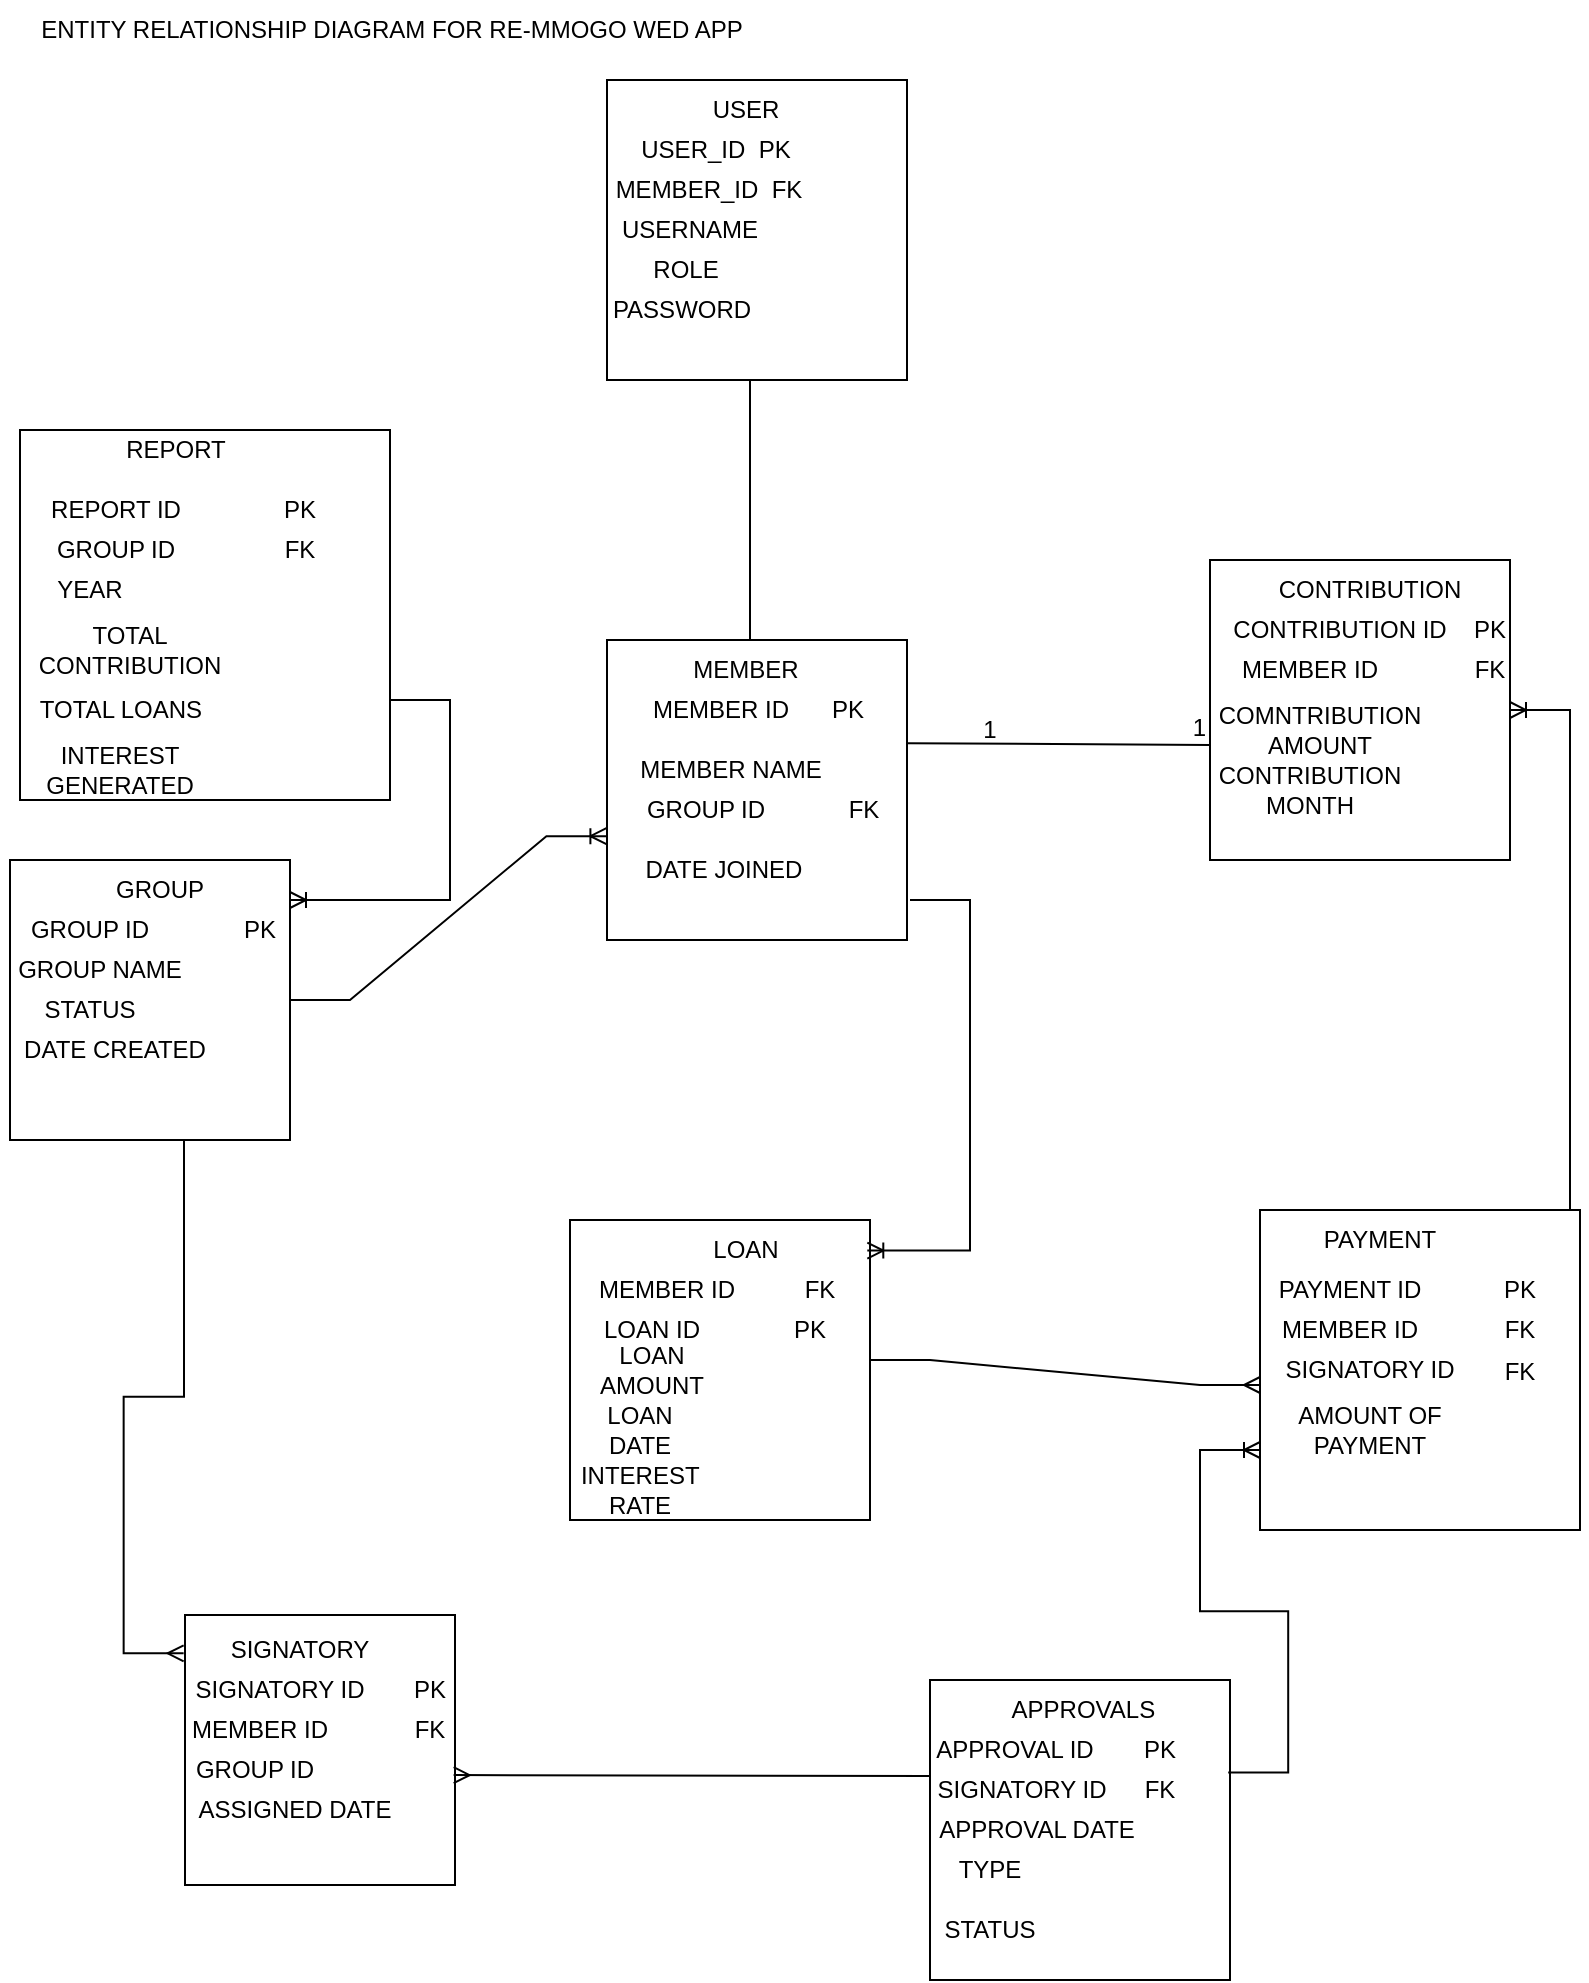
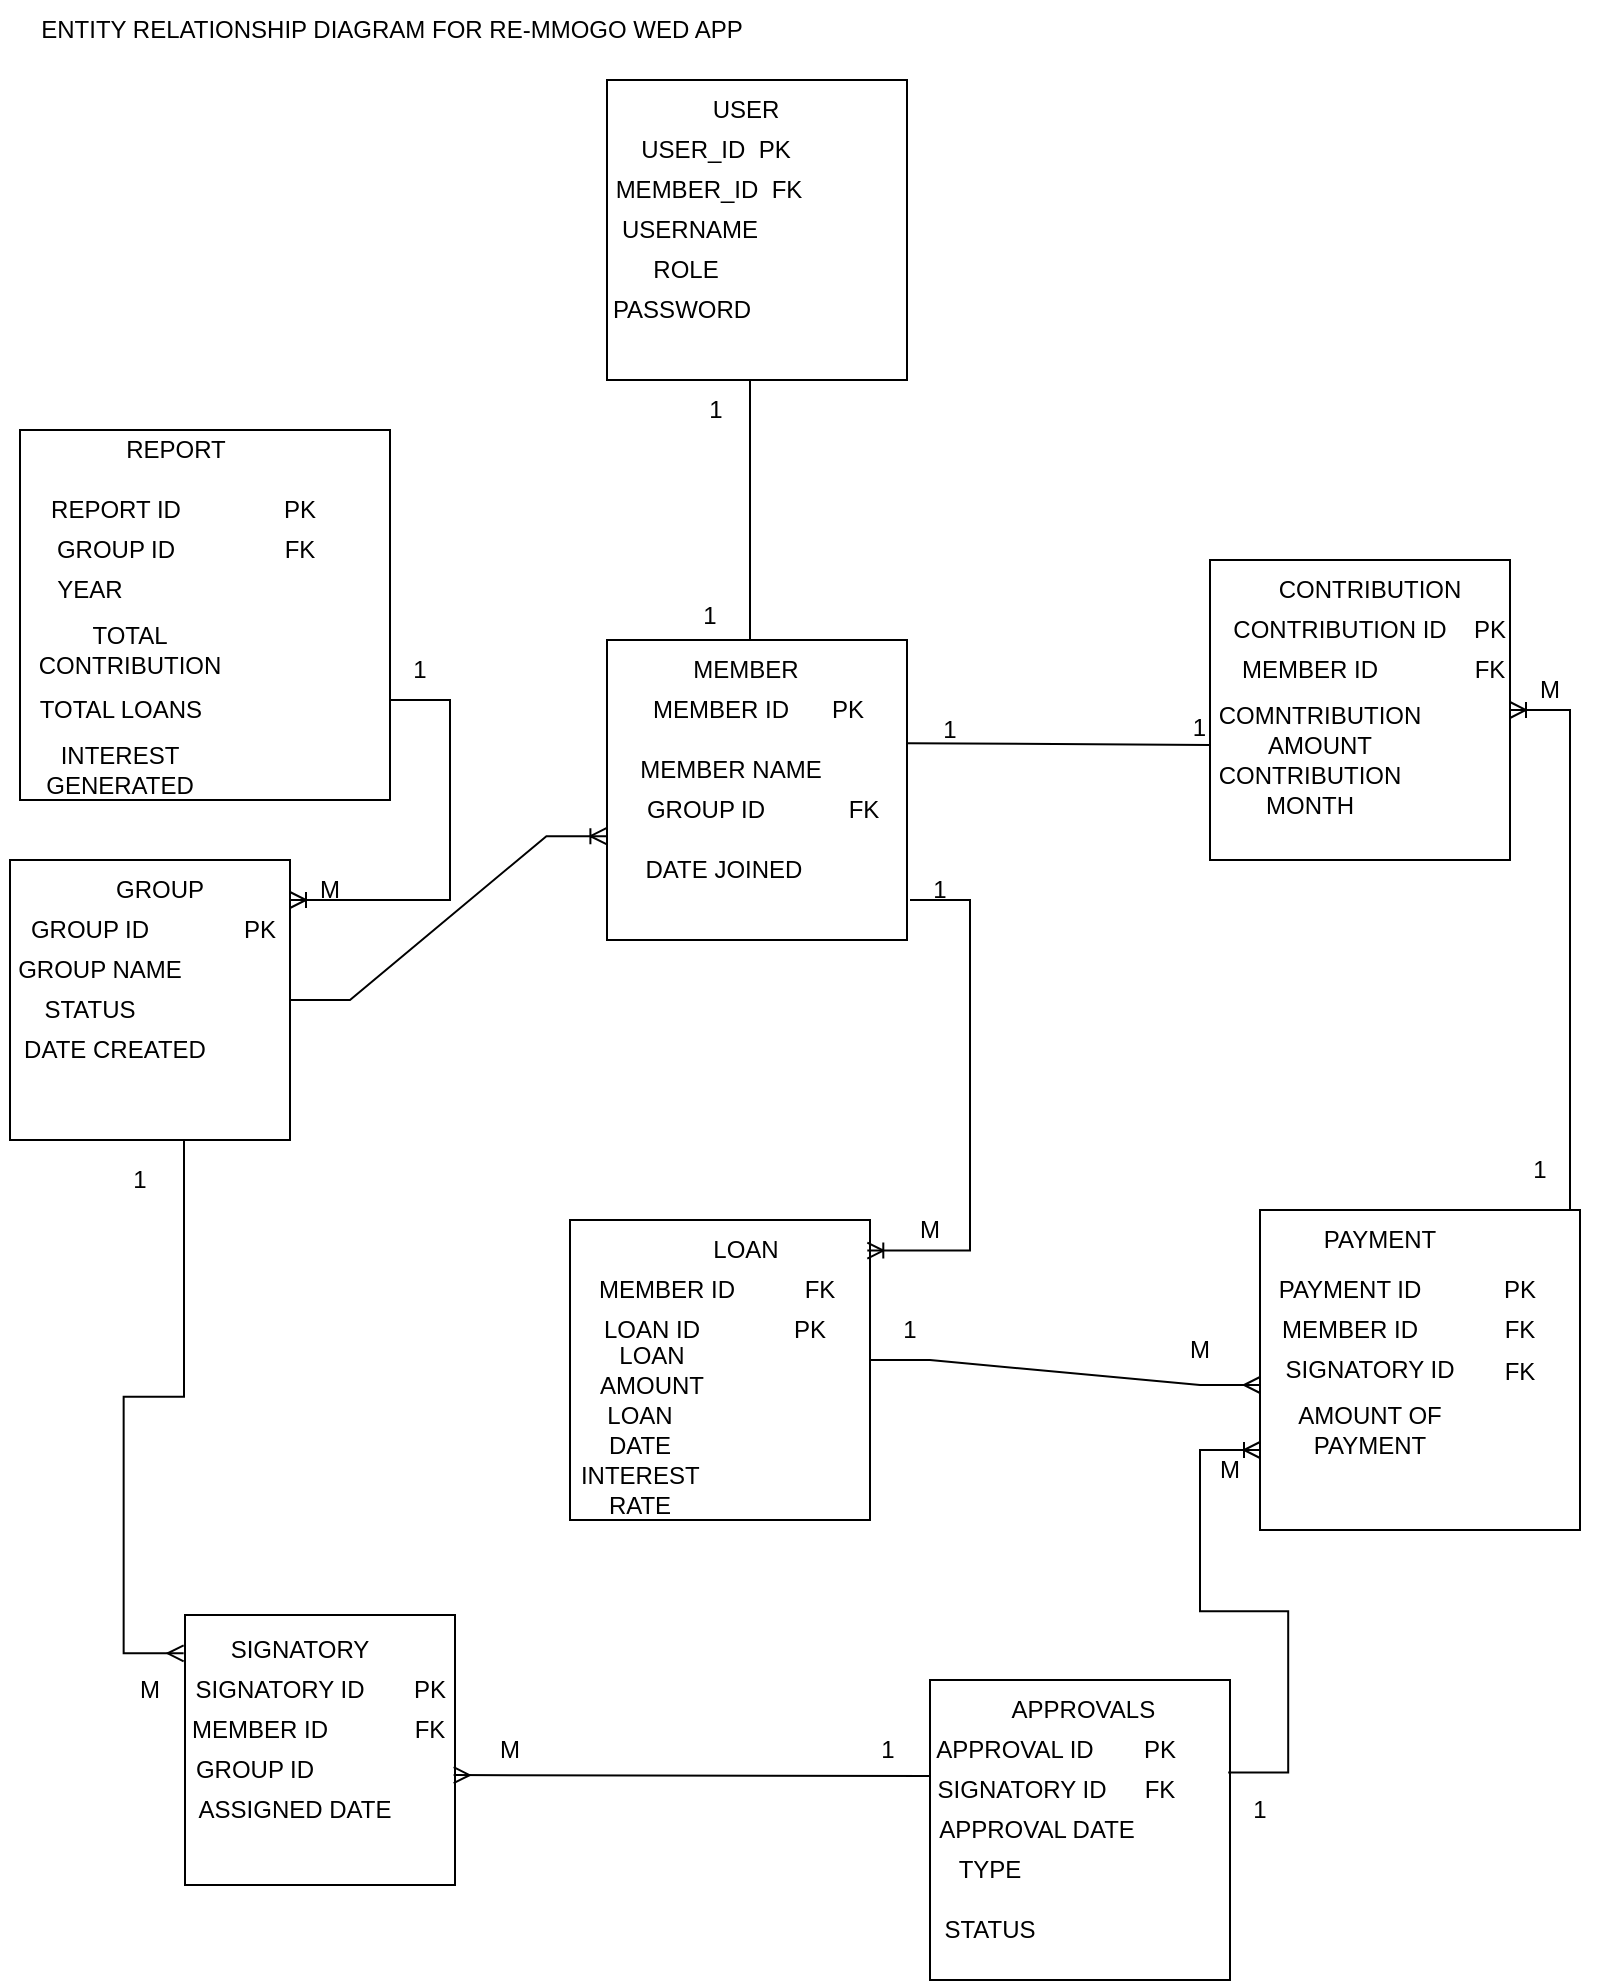
- <mxfile host="Electron" agent="Mozilla/5.0 (Windows NT 10.0; Win64; x64) AppleWebKit/537.36 (KHTML, like Gecko) draw.io/29.6.6 Chrome/144.0.7559.236 Electron/40.8.4 Safari/537.36" version="29.6.6">
+ <mxfile host="app.diagrams.net" agent="Mozilla/5.0 (Windows NT 10.0; Win64; x64) AppleWebKit/537.36 (KHTML, like Gecko) draw.io/29.6.6 Chrome/144.0.7559.236 Electron/40.8.4 Safari/537.36">
  <diagram name="Page-1" id="QISI4H1-yu757wNlU6qa">
-     <mxGraphModel dx="1258" dy="998" grid="1" gridSize="10" guides="1" tooltips="1" connect="1" arrows="1" fold="1" page="1" pageScale="1" pageWidth="850" pageHeight="1100" math="0" shadow="0">
+     <mxGraphModel dx="1030" dy="614" grid="1" gridSize="10" guides="1" tooltips="1" connect="1" arrows="1" fold="1" page="1" pageScale="1" pageWidth="850" pageHeight="1100" math="0" shadow="0">
      <root>
        <mxCell id="0" />
        <mxCell id="1" parent="0" />
        <mxCell id="VAGJtyd0GiOgOA7cMFZf-27" parent="1" style="whiteSpace=wrap;html=1;aspect=fixed;" value="" vertex="1">
          <mxGeometry height="150" width="150" x="318.5" y="350" as="geometry" />
        </mxCell>
        <mxCell id="VAGJtyd0GiOgOA7cMFZf-28" parent="1" style="text;html=1;whiteSpace=wrap;strokeColor=none;fillColor=none;align=center;verticalAlign=middle;rounded=0;" value="MEMBER" vertex="1">
          <mxGeometry height="30" width="60" x="357.5" y="350" as="geometry" />
        </mxCell>
        <mxCell id="VAGJtyd0GiOgOA7cMFZf-29" parent="1" style="text;html=1;whiteSpace=wrap;strokeColor=none;fillColor=none;align=center;verticalAlign=middle;rounded=0;" value="MEMBER ID" vertex="1">
          <mxGeometry height="30" width="75" x="337.5" y="370" as="geometry" />
        </mxCell>
        <mxCell id="VAGJtyd0GiOgOA7cMFZf-30" parent="1" style="text;html=1;whiteSpace=wrap;strokeColor=none;fillColor=none;align=center;verticalAlign=middle;rounded=0;" value="MEMBER NAME" vertex="1">
          <mxGeometry height="30" width="97" x="331.5" y="400" as="geometry" />
        </mxCell>
        <mxCell id="VAGJtyd0GiOgOA7cMFZf-33" parent="1" style="text;html=1;whiteSpace=wrap;strokeColor=none;fillColor=none;align=center;verticalAlign=middle;rounded=0;" value="GROUP ID" vertex="1">
          <mxGeometry height="30" width="76" x="330" y="420" as="geometry" />
        </mxCell>
        <mxCell id="VAGJtyd0GiOgOA7cMFZf-38" parent="1" style="text;html=1;whiteSpace=wrap;strokeColor=none;fillColor=none;align=center;verticalAlign=middle;rounded=0;" value="DATE JOINED" vertex="1">
          <mxGeometry height="30" width="90" x="331.5" y="450" as="geometry" />
        </mxCell>
        <mxCell id="VAGJtyd0GiOgOA7cMFZf-39" parent="1" style="text;html=1;whiteSpace=wrap;strokeColor=none;fillColor=none;align=center;verticalAlign=middle;rounded=0;" value="PK" vertex="1">
          <mxGeometry height="30" width="60" x="408.5" y="370" as="geometry" />
        </mxCell>
        <mxCell id="VAGJtyd0GiOgOA7cMFZf-40" parent="1" style="text;html=1;whiteSpace=wrap;strokeColor=none;fillColor=none;align=center;verticalAlign=middle;rounded=0;" value="FK" vertex="1">
          <mxGeometry height="30" width="60" x="416.5" y="420" as="geometry" />
        </mxCell>
        <mxCell id="VAGJtyd0GiOgOA7cMFZf-43" parent="1" style="whiteSpace=wrap;html=1;aspect=fixed;" value="" vertex="1">
          <mxGeometry height="140" width="140" x="20" y="460" as="geometry" />
        </mxCell>
        <mxCell id="VAGJtyd0GiOgOA7cMFZf-44" parent="1" style="text;html=1;whiteSpace=wrap;strokeColor=none;fillColor=none;align=center;verticalAlign=middle;rounded=0;" value="GROUP" vertex="1">
          <mxGeometry height="30" width="60" x="65" y="460" as="geometry" />
        </mxCell>
        <mxCell id="VAGJtyd0GiOgOA7cMFZf-45" parent="1" style="text;html=1;whiteSpace=wrap;strokeColor=none;fillColor=none;align=center;verticalAlign=middle;rounded=0;" value="GROUP ID" vertex="1">
          <mxGeometry height="30" width="80" x="20" y="480" as="geometry" />
        </mxCell>
        <mxCell id="VAGJtyd0GiOgOA7cMFZf-46" parent="1" style="text;html=1;whiteSpace=wrap;strokeColor=none;fillColor=none;align=center;verticalAlign=middle;rounded=0;" value="GROUP NAME" vertex="1">
          <mxGeometry height="30" width="90" x="20" y="500" as="geometry" />
        </mxCell>
        <mxCell id="VAGJtyd0GiOgOA7cMFZf-47" parent="1" style="text;html=1;whiteSpace=wrap;strokeColor=none;fillColor=none;align=center;verticalAlign=middle;rounded=0;" value="STATUS" vertex="1">
          <mxGeometry height="30" width="90" x="15" y="520" as="geometry" />
        </mxCell>
        <mxCell id="VAGJtyd0GiOgOA7cMFZf-48" parent="1" style="text;html=1;whiteSpace=wrap;strokeColor=none;fillColor=none;align=center;verticalAlign=middle;rounded=0;" value="DATE CREATED" vertex="1">
          <mxGeometry height="30" width="95" x="25" y="540" as="geometry" />
        </mxCell>
        <mxCell id="VAGJtyd0GiOgOA7cMFZf-49" parent="1" style="text;html=1;whiteSpace=wrap;strokeColor=none;fillColor=none;align=center;verticalAlign=middle;rounded=0;" value="PK" vertex="1">
          <mxGeometry height="30" width="60" x="115" y="480" as="geometry" />
        </mxCell>
        <mxCell id="VAGJtyd0GiOgOA7cMFZf-50" parent="1" style="whiteSpace=wrap;html=1;aspect=fixed;" value="" vertex="1">
          <mxGeometry height="185" width="185" x="25" y="245" as="geometry" />
        </mxCell>
        <mxCell id="VAGJtyd0GiOgOA7cMFZf-51" parent="1" style="text;html=1;whiteSpace=wrap;strokeColor=none;fillColor=none;align=center;verticalAlign=middle;rounded=0;" value="REPORT" vertex="1">
          <mxGeometry height="30" width="60" x="72.5" y="240" as="geometry" />
        </mxCell>
        <mxCell id="VAGJtyd0GiOgOA7cMFZf-52" parent="1" style="text;html=1;whiteSpace=wrap;strokeColor=none;fillColor=none;align=center;verticalAlign=middle;rounded=0;" value="REPORT ID" vertex="1">
          <mxGeometry height="30" width="70" x="37.5" y="270" as="geometry" />
        </mxCell>
        <mxCell id="VAGJtyd0GiOgOA7cMFZf-53" parent="1" style="text;html=1;whiteSpace=wrap;strokeColor=none;fillColor=none;align=center;verticalAlign=middle;rounded=0;" value="PK" vertex="1">
          <mxGeometry height="30" width="60" x="135" y="270" as="geometry" />
        </mxCell>
        <mxCell id="VAGJtyd0GiOgOA7cMFZf-54" parent="1" style="text;html=1;whiteSpace=wrap;strokeColor=none;fillColor=none;align=center;verticalAlign=middle;rounded=0;" value="GROUP ID" vertex="1">
          <mxGeometry height="30" width="70" x="37.5" y="290" as="geometry" />
        </mxCell>
        <mxCell id="VAGJtyd0GiOgOA7cMFZf-55" parent="1" style="text;html=1;whiteSpace=wrap;strokeColor=none;fillColor=none;align=center;verticalAlign=middle;rounded=0;" value="FK" vertex="1">
          <mxGeometry height="30" width="60" x="135" y="290" as="geometry" />
        </mxCell>
        <mxCell id="VAGJtyd0GiOgOA7cMFZf-56" parent="1" style="text;html=1;whiteSpace=wrap;strokeColor=none;fillColor=none;align=center;verticalAlign=middle;rounded=0;" value="YEAR" vertex="1">
          <mxGeometry height="30" width="60" x="30" y="310" as="geometry" />
        </mxCell>
        <mxCell id="VAGJtyd0GiOgOA7cMFZf-57" parent="1" style="text;html=1;whiteSpace=wrap;strokeColor=none;fillColor=none;align=center;verticalAlign=middle;rounded=0;" value="TOTAL CONTRIBUTION" vertex="1">
          <mxGeometry height="30" width="60" x="50" y="340" as="geometry" />
        </mxCell>
        <mxCell id="VAGJtyd0GiOgOA7cMFZf-58" parent="1" style="text;html=1;whiteSpace=wrap;strokeColor=none;fillColor=none;align=center;verticalAlign=middle;rounded=0;" value="TOTAL LOANS" vertex="1">
          <mxGeometry height="30" width="85" x="32.5" y="370" as="geometry" />
        </mxCell>
        <mxCell id="VAGJtyd0GiOgOA7cMFZf-59" parent="1" style="text;html=1;whiteSpace=wrap;strokeColor=none;fillColor=none;align=center;verticalAlign=middle;rounded=0;" value="INTEREST GENERATED" vertex="1">
          <mxGeometry height="30" width="60" x="45" y="400" as="geometry" />
        </mxCell>
        <mxCell id="VAGJtyd0GiOgOA7cMFZf-62" parent="1" style="whiteSpace=wrap;html=1;aspect=fixed;" value="" vertex="1">
          <mxGeometry height="150" width="150" x="620" y="310" as="geometry" />
        </mxCell>
        <mxCell id="VAGJtyd0GiOgOA7cMFZf-63" parent="1" style="text;html=1;whiteSpace=wrap;strokeColor=none;fillColor=none;align=center;verticalAlign=middle;rounded=0;" value="CONTRIBUTION" vertex="1">
          <mxGeometry height="30" width="60" x="670" y="310" as="geometry" />
        </mxCell>
        <mxCell id="VAGJtyd0GiOgOA7cMFZf-64" parent="1" style="text;html=1;whiteSpace=wrap;strokeColor=none;fillColor=none;align=center;verticalAlign=middle;rounded=0;" value="CONTRIBUTION ID" vertex="1">
          <mxGeometry height="30" width="110" x="630" y="330" as="geometry" />
        </mxCell>
        <mxCell id="VAGJtyd0GiOgOA7cMFZf-65" parent="1" style="text;html=1;whiteSpace=wrap;strokeColor=none;fillColor=none;align=center;verticalAlign=middle;rounded=0;" value="MEMBER ID" vertex="1">
          <mxGeometry height="30" width="80" x="630" y="350" as="geometry" />
        </mxCell>
        <mxCell id="VAGJtyd0GiOgOA7cMFZf-66" parent="1" style="text;html=1;whiteSpace=wrap;strokeColor=none;fillColor=none;align=center;verticalAlign=middle;rounded=0;" value="COMNTRIBUTION AMOUNT" vertex="1">
          <mxGeometry height="30" width="110" x="620" y="380" as="geometry" />
        </mxCell>
        <mxCell id="VAGJtyd0GiOgOA7cMFZf-67" parent="1" style="text;html=1;whiteSpace=wrap;strokeColor=none;fillColor=none;align=center;verticalAlign=middle;rounded=0;" value="CONTRIBUTION MONTH" vertex="1">
          <mxGeometry height="30" width="70" x="635" y="410" as="geometry" />
        </mxCell>
        <mxCell id="VAGJtyd0GiOgOA7cMFZf-69" parent="1" style="text;html=1;whiteSpace=wrap;strokeColor=none;fillColor=none;align=center;verticalAlign=middle;rounded=0;" value="PK" vertex="1">
          <mxGeometry height="30" width="60" x="730" y="330" as="geometry" />
        </mxCell>
        <mxCell id="VAGJtyd0GiOgOA7cMFZf-70" parent="1" style="whiteSpace=wrap;html=1;aspect=fixed;" value="" vertex="1">
          <mxGeometry height="150" width="150" x="300" y="640" as="geometry" />
        </mxCell>
        <mxCell id="VAGJtyd0GiOgOA7cMFZf-71" parent="1" style="text;html=1;whiteSpace=wrap;strokeColor=none;fillColor=none;align=center;verticalAlign=middle;rounded=0;" value="LOAN" vertex="1">
          <mxGeometry height="30" width="60" x="357.5" y="640" as="geometry" />
        </mxCell>
        <mxCell id="VAGJtyd0GiOgOA7cMFZf-72" parent="1" style="text;html=1;whiteSpace=wrap;strokeColor=none;fillColor=none;align=center;verticalAlign=middle;rounded=0;" value="MEMBER ID" vertex="1">
          <mxGeometry height="30" width="75" x="311" y="660" as="geometry" />
        </mxCell>
        <mxCell id="VAGJtyd0GiOgOA7cMFZf-73" parent="1" style="text;html=1;whiteSpace=wrap;strokeColor=none;fillColor=none;align=center;verticalAlign=middle;rounded=0;" value="LOAN ID" vertex="1">
          <mxGeometry height="30" width="60" x="311" y="680" as="geometry" />
        </mxCell>
        <mxCell id="VAGJtyd0GiOgOA7cMFZf-75" parent="1" style="text;html=1;whiteSpace=wrap;strokeColor=none;fillColor=none;align=center;verticalAlign=middle;rounded=0;" value="LOAN AMOUNT" vertex="1">
          <mxGeometry height="30" width="60" x="311" y="700" as="geometry" />
        </mxCell>
        <mxCell id="VAGJtyd0GiOgOA7cMFZf-76" parent="1" style="text;html=1;whiteSpace=wrap;strokeColor=none;fillColor=none;align=center;verticalAlign=middle;rounded=0;" value="LOAN DATE" vertex="1">
          <mxGeometry height="30" width="60" x="305" y="730" as="geometry" />
        </mxCell>
        <mxCell id="VAGJtyd0GiOgOA7cMFZf-77" parent="1" style="text;html=1;whiteSpace=wrap;strokeColor=none;fillColor=none;align=center;verticalAlign=middle;rounded=0;" value="FK" vertex="1">
          <mxGeometry height="30" width="60" x="730" y="350" as="geometry" />
        </mxCell>
        <mxCell id="VAGJtyd0GiOgOA7cMFZf-78" parent="1" style="text;html=1;whiteSpace=wrap;strokeColor=none;fillColor=none;align=center;verticalAlign=middle;rounded=0;" value="FK" vertex="1">
          <mxGeometry height="30" width="60" x="395" y="660" as="geometry" />
        </mxCell>
        <mxCell id="VAGJtyd0GiOgOA7cMFZf-79" parent="1" style="text;html=1;whiteSpace=wrap;strokeColor=none;fillColor=none;align=center;verticalAlign=middle;rounded=0;" value="PK" vertex="1">
          <mxGeometry height="30" width="60" x="390" y="680" as="geometry" />
        </mxCell>
        <mxCell id="VAGJtyd0GiOgOA7cMFZf-81" parent="1" style="whiteSpace=wrap;html=1;aspect=fixed;" value="" vertex="1">
          <mxGeometry height="135" width="135" x="107.5" y="837.5" as="geometry" />
        </mxCell>
        <mxCell id="VAGJtyd0GiOgOA7cMFZf-82" parent="1" style="text;html=1;whiteSpace=wrap;strokeColor=none;fillColor=none;align=center;verticalAlign=middle;rounded=0;" value="SIGNATORY" vertex="1">
          <mxGeometry height="30" width="60" x="135" y="840" as="geometry" />
        </mxCell>
        <mxCell id="VAGJtyd0GiOgOA7cMFZf-85" parent="1" style="text;html=1;whiteSpace=wrap;strokeColor=none;fillColor=none;align=center;verticalAlign=middle;rounded=0;" value="SIGNATORY ID" vertex="1">
          <mxGeometry height="30" width="90" x="110" y="860" as="geometry" />
        </mxCell>
        <mxCell id="VAGJtyd0GiOgOA7cMFZf-86" parent="1" style="text;html=1;whiteSpace=wrap;strokeColor=none;fillColor=none;align=center;verticalAlign=middle;rounded=0;" value="GROUP ID" vertex="1">
          <mxGeometry height="30" width="75" x="105" y="900" as="geometry" />
        </mxCell>
        <mxCell id="VAGJtyd0GiOgOA7cMFZf-87" parent="1" style="text;html=1;whiteSpace=wrap;strokeColor=none;fillColor=none;align=center;verticalAlign=middle;rounded=0;" value="ASSIGNED DATE" vertex="1">
          <mxGeometry height="30" width="105" x="110" y="920" as="geometry" />
        </mxCell>
        <mxCell id="VAGJtyd0GiOgOA7cMFZf-88" parent="1" style="text;html=1;whiteSpace=wrap;strokeColor=none;fillColor=none;align=center;verticalAlign=middle;rounded=0;" value="MEMBER ID" vertex="1">
          <mxGeometry height="30" width="80" x="105" y="880" as="geometry" />
        </mxCell>
        <mxCell id="VAGJtyd0GiOgOA7cMFZf-89" parent="1" style="text;html=1;whiteSpace=wrap;strokeColor=none;fillColor=none;align=center;verticalAlign=middle;rounded=0;" value="PK" vertex="1">
          <mxGeometry height="30" width="60" x="200" y="860" as="geometry" />
        </mxCell>
        <mxCell id="VAGJtyd0GiOgOA7cMFZf-90" parent="1" style="text;html=1;whiteSpace=wrap;strokeColor=none;fillColor=none;align=center;verticalAlign=middle;rounded=0;" value="FK" vertex="1">
          <mxGeometry height="30" width="60" x="200" y="880" as="geometry" />
        </mxCell>
        <mxCell id="VAGJtyd0GiOgOA7cMFZf-91" parent="1" style="whiteSpace=wrap;html=1;aspect=fixed;" value="" vertex="1">
          <mxGeometry height="150" width="150" x="480" y="870" as="geometry" />
        </mxCell>
        <mxCell id="VAGJtyd0GiOgOA7cMFZf-92" parent="1" style="text;html=1;whiteSpace=wrap;strokeColor=none;fillColor=none;align=center;verticalAlign=middle;rounded=0;" value="&amp;nbsp;APPROVALS" vertex="1">
          <mxGeometry height="30" width="60" x="525" y="870" as="geometry" />
        </mxCell>
        <mxCell id="VAGJtyd0GiOgOA7cMFZf-93" parent="1" style="text;html=1;whiteSpace=wrap;strokeColor=none;fillColor=none;align=center;verticalAlign=middle;rounded=0;" value="APPROVAL ID" vertex="1">
          <mxGeometry height="30" width="85" x="480" y="890" as="geometry" />
        </mxCell>
        <mxCell id="VAGJtyd0GiOgOA7cMFZf-94" parent="1" style="text;html=1;whiteSpace=wrap;strokeColor=none;fillColor=none;align=center;verticalAlign=middle;rounded=0;" value="SIGNATORY ID" vertex="1">
          <mxGeometry height="30" width="92" x="480" y="910" as="geometry" />
        </mxCell>
        <mxCell id="VAGJtyd0GiOgOA7cMFZf-96" parent="1" style="text;html=1;whiteSpace=wrap;strokeColor=none;fillColor=none;align=center;verticalAlign=middle;rounded=0;" value="TYPE" vertex="1">
          <mxGeometry height="30" width="60" x="480" y="950" as="geometry" />
        </mxCell>
        <mxCell id="VAGJtyd0GiOgOA7cMFZf-98" parent="1" style="text;html=1;whiteSpace=wrap;strokeColor=none;fillColor=none;align=center;verticalAlign=middle;rounded=0;" value="STATUS" vertex="1">
          <mxGeometry height="30" width="60" x="480" y="980" as="geometry" />
        </mxCell>
        <mxCell id="VAGJtyd0GiOgOA7cMFZf-99" parent="1" style="text;html=1;whiteSpace=wrap;strokeColor=none;fillColor=none;align=center;verticalAlign=middle;rounded=0;" value="PK" vertex="1">
          <mxGeometry height="30" width="60" x="565" y="890" as="geometry" />
        </mxCell>
        <mxCell id="VAGJtyd0GiOgOA7cMFZf-100" parent="1" style="text;html=1;whiteSpace=wrap;strokeColor=none;fillColor=none;align=center;verticalAlign=middle;rounded=0;" value="FK" vertex="1">
          <mxGeometry height="30" width="60" x="565" y="910" as="geometry" />
        </mxCell>
        <mxCell id="VAGJtyd0GiOgOA7cMFZf-101" parent="1" style="whiteSpace=wrap;html=1;aspect=fixed;" value="" vertex="1">
          <mxGeometry height="160" width="160" x="645" y="635" as="geometry" />
        </mxCell>
        <mxCell id="VAGJtyd0GiOgOA7cMFZf-102" parent="1" style="text;html=1;whiteSpace=wrap;strokeColor=none;fillColor=none;align=center;verticalAlign=middle;rounded=0;" value="PAYMENT" vertex="1">
          <mxGeometry height="30" width="60" x="675" y="635" as="geometry" />
        </mxCell>
        <mxCell id="VAGJtyd0GiOgOA7cMFZf-103" parent="1" style="text;html=1;whiteSpace=wrap;strokeColor=none;fillColor=none;align=center;verticalAlign=middle;rounded=0;" value="PAYMENT ID" vertex="1">
          <mxGeometry height="30" width="90" x="645" y="660" as="geometry" />
        </mxCell>
        <mxCell id="VAGJtyd0GiOgOA7cMFZf-104" parent="1" style="text;html=1;whiteSpace=wrap;strokeColor=none;fillColor=none;align=center;verticalAlign=middle;rounded=0;" value="MEMBER ID" vertex="1">
          <mxGeometry height="30" width="90" x="645" y="680" as="geometry" />
        </mxCell>
        <mxCell id="VAGJtyd0GiOgOA7cMFZf-105" parent="1" style="text;html=1;whiteSpace=wrap;strokeColor=none;fillColor=none;align=center;verticalAlign=middle;rounded=0;" value="AMOUNT OF PAYMENT" vertex="1">
          <mxGeometry height="30" width="90" x="655" y="730" as="geometry" />
        </mxCell>
        <mxCell id="VAGJtyd0GiOgOA7cMFZf-107" parent="1" style="text;html=1;whiteSpace=wrap;strokeColor=none;fillColor=none;align=center;verticalAlign=middle;rounded=0;" value="PK" vertex="1">
          <mxGeometry height="30" width="60" x="745" y="660" as="geometry" />
        </mxCell>
        <mxCell id="VAGJtyd0GiOgOA7cMFZf-108" parent="1" style="text;html=1;whiteSpace=wrap;strokeColor=none;fillColor=none;align=center;verticalAlign=middle;rounded=0;" value="FK" vertex="1">
          <mxGeometry height="30" width="60" x="745" y="680" as="geometry" />
        </mxCell>
        <mxCell id="VAGJtyd0GiOgOA7cMFZf-110" parent="1" style="text;html=1;whiteSpace=wrap;strokeColor=none;fillColor=none;align=center;verticalAlign=middle;rounded=0;" value="APPROVAL DATE" vertex="1">
          <mxGeometry height="30" width="107" x="480" y="930" as="geometry" />
        </mxCell>
        <mxCell id="VAGJtyd0GiOgOA7cMFZf-112" parent="1" style="text;html=1;whiteSpace=wrap;strokeColor=none;fillColor=none;align=center;verticalAlign=middle;rounded=0;" value="ENTITY RELATIONSHIP DIAGRAM FOR RE-MMOGO WED APP" vertex="1">
          <mxGeometry height="30" width="372" x="25" y="30" as="geometry" />
        </mxCell>
        <mxCell id="VAGJtyd0GiOgOA7cMFZf-113" parent="1" style="text;html=1;whiteSpace=wrap;strokeColor=none;fillColor=none;align=center;verticalAlign=middle;rounded=0;autosize=1;resizable=0;" value="SIGNATORY ID" vertex="1">
          <mxGeometry height="30" width="110" x="645" y="700" as="geometry" />
        </mxCell>
        <mxCell id="VAGJtyd0GiOgOA7cMFZf-116" edge="1" parent="1" style="edgeStyle=entityRelationEdgeStyle;fontSize=12;html=1;endArrow=ERoneToMany;rounded=0;entryX=-0.002;entryY=0.654;entryDx=0;entryDy=0;entryPerimeter=0;" target="VAGJtyd0GiOgOA7cMFZf-27" value="">
          <mxGeometry height="100" relative="1" width="100" as="geometry">
            <mxPoint x="160" y="530" as="sourcePoint" />
            <mxPoint x="270" y="430" as="targetPoint" />
          </mxGeometry>
        </mxCell>
        <mxCell id="VAGJtyd0GiOgOA7cMFZf-118" edge="1" parent="1" source="VAGJtyd0GiOgOA7cMFZf-79" style="edgeStyle=entityRelationEdgeStyle;fontSize=12;html=1;endArrow=ERmany;rounded=0;entryX=0;entryY=0.75;entryDx=0;entryDy=0;exitX=1;exitY=1;exitDx=0;exitDy=0;" target="VAGJtyd0GiOgOA7cMFZf-113" value="">
          <mxGeometry height="100" relative="1" width="100" as="geometry">
            <mxPoint x="460" y="720" as="sourcePoint" />
            <mxPoint x="560" y="620" as="targetPoint" />
          </mxGeometry>
        </mxCell>
        <mxCell id="VAGJtyd0GiOgOA7cMFZf-121" edge="1" parent="1" source="VAGJtyd0GiOgOA7cMFZf-101" style="edgeStyle=entityRelationEdgeStyle;fontSize=12;html=1;endArrow=ERoneToMany;rounded=0;exitX=0.75;exitY=0;exitDx=0;exitDy=0;" target="VAGJtyd0GiOgOA7cMFZf-62" value="">
          <mxGeometry height="100" relative="1" width="100" as="geometry">
            <mxPoint x="699.9999999999999" y="624.6800000000001" as="sourcePoint" />
            <mxPoint x="790" y="420" as="targetPoint" />
          </mxGeometry>
        </mxCell>
        <mxCell id="VAGJtyd0GiOgOA7cMFZf-123" edge="1" parent="1" style="edgeStyle=entityRelationEdgeStyle;fontSize=12;html=1;endArrow=ERmany;rounded=0;entryX=0.995;entryY=0.593;entryDx=0;entryDy=0;entryPerimeter=0;" target="VAGJtyd0GiOgOA7cMFZf-81" value="">
          <mxGeometry height="100" relative="1" width="100" as="geometry">
            <mxPoint x="450" y="918" as="sourcePoint" />
            <mxPoint x="386.25" y="900" as="targetPoint" />
          </mxGeometry>
        </mxCell>
        <mxCell id="VAGJtyd0GiOgOA7cMFZf-124" edge="1" parent="1" style="edgeStyle=entityRelationEdgeStyle;fontSize=12;html=1;endArrow=ERmany;rounded=0;entryX=-0.005;entryY=0.142;entryDx=0;entryDy=0;entryPerimeter=0;" target="VAGJtyd0GiOgOA7cMFZf-81" value="">
          <mxGeometry height="100" relative="1" width="100" as="geometry">
            <mxPoint x="77" y="600" as="sourcePoint" />
            <mxPoint x="92.5" y="855" as="targetPoint" />
          </mxGeometry>
        </mxCell>
        <mxCell id="VAGJtyd0GiOgOA7cMFZf-125" edge="1" parent="1" source="VAGJtyd0GiOgOA7cMFZf-91" style="edgeStyle=entityRelationEdgeStyle;fontSize=12;html=1;endArrow=ERoneToMany;rounded=0;entryX=0;entryY=0.75;entryDx=0;entryDy=0;exitX=0.994;exitY=0.308;exitDx=0;exitDy=0;exitPerimeter=0;" target="VAGJtyd0GiOgOA7cMFZf-101" value="">
          <mxGeometry height="100" relative="1" width="100" as="geometry">
            <mxPoint x="700" y="972.5" as="sourcePoint" />
            <mxPoint x="800" y="872.5" as="targetPoint" />
          </mxGeometry>
        </mxCell>
        <mxCell id="VAGJtyd0GiOgOA7cMFZf-127" edge="1" parent="1" style="edgeStyle=entityRelationEdgeStyle;fontSize=12;html=1;endArrow=ERoneToMany;rounded=0;entryX=0.75;entryY=0;entryDx=0;entryDy=0;" target="VAGJtyd0GiOgOA7cMFZf-49" value="">
          <mxGeometry height="100" relative="1" width="100" as="geometry">
            <mxPoint x="210" y="380" as="sourcePoint" />
            <mxPoint x="180" y="430" as="targetPoint" />
          </mxGeometry>
        </mxCell>
        <mxCell id="VAGJtyd0GiOgOA7cMFZf-132" edge="1" parent="1" style="edgeStyle=entityRelationEdgeStyle;fontSize=12;html=1;endArrow=ERoneToMany;rounded=0;entryX=0.991;entryY=0.102;entryDx=0;entryDy=0;entryPerimeter=0;" target="VAGJtyd0GiOgOA7cMFZf-70" value="">
          <mxGeometry height="100" relative="1" width="100" as="geometry">
            <mxPoint x="470" y="480" as="sourcePoint" />
            <mxPoint x="576" y="580" as="targetPoint" />
          </mxGeometry>
        </mxCell>
        <mxCell id="IVH0NQIL7QYnriijKDTZ-1" parent="1" style="text;html=1;whiteSpace=wrap;strokeColor=none;fillColor=none;align=center;verticalAlign=middle;rounded=0;" value="PASSWORD" vertex="1">
          <mxGeometry height="30" width="60" x="328" y="170" as="geometry" />
        </mxCell>
        <mxCell id="IVH0NQIL7QYnriijKDTZ-3" parent="1" style="text;html=1;whiteSpace=wrap;strokeColor=none;fillColor=none;align=center;verticalAlign=middle;rounded=0;" value="INTEREST RATE" vertex="1">
          <mxGeometry height="30" width="60" x="305" y="760" as="geometry" />
        </mxCell>
        <mxCell id="GZMQqJ863b6NhOPNDYjj-1" edge="1" parent="1" source="VAGJtyd0GiOgOA7cMFZf-27" style="endArrow=none;html=1;rounded=0;entryX=0;entryY=0.75;entryDx=0;entryDy=0;exitX=1.002;exitY=0.344;exitDx=0;exitDy=0;exitPerimeter=0;" target="VAGJtyd0GiOgOA7cMFZf-66" value="">
          <mxGeometry relative="1" as="geometry">
            <mxPoint x="500" y="370" as="sourcePoint" />
            <mxPoint x="660" y="370" as="targetPoint" />
          </mxGeometry>
        </mxCell>
        <mxCell id="GZMQqJ863b6NhOPNDYjj-2" connectable="0" parent="GZMQqJ863b6NhOPNDYjj-1" style="resizable=0;html=1;whiteSpace=wrap;align=right;verticalAlign=bottom;" value="1" vertex="1">
          <mxGeometry relative="1" x="1" as="geometry" />
        </mxCell>
        <mxCell id="GZMQqJ863b6NhOPNDYjj-7" parent="1" style="text;html=1;whiteSpace=wrap;strokeColor=none;fillColor=none;align=center;verticalAlign=middle;rounded=0;" value="1" vertex="1">
-           <mxGeometry height="30" width="60" x="480" y="380" as="geometry" />
+           <mxGeometry height="30" width="60" x="460" y="380" as="geometry" />
        </mxCell>
        <mxCell id="rVws8swc6BEEtho7b6uG-2" parent="1" style="whiteSpace=wrap;html=1;aspect=fixed;" value="" vertex="1">
          <mxGeometry height="150" width="150" x="318.5" y="70" as="geometry" />
        </mxCell>
        <mxCell id="rVws8swc6BEEtho7b6uG-3" parent="1" style="text;html=1;whiteSpace=wrap;strokeColor=none;fillColor=none;align=center;verticalAlign=middle;rounded=0;" value="USER" vertex="1">
          <mxGeometry height="30" width="60" x="357.5" y="70" as="geometry" />
        </mxCell>
        <mxCell id="rVws8swc6BEEtho7b6uG-4" parent="1" style="text;html=1;whiteSpace=wrap;strokeColor=none;fillColor=none;align=center;verticalAlign=middle;rounded=0;" value="USER_ID&amp;nbsp; PK" vertex="1">
          <mxGeometry height="30" width="94" x="326" y="90" as="geometry" />
        </mxCell>
        <mxCell id="rVws8swc6BEEtho7b6uG-5" parent="1" style="text;html=1;whiteSpace=wrap;strokeColor=none;fillColor=none;align=center;verticalAlign=middle;rounded=0;" value="MEMBER_ID&amp;nbsp; FK" vertex="1">
          <mxGeometry height="30" width="101" x="319" y="110" as="geometry" />
        </mxCell>
        <mxCell id="rVws8swc6BEEtho7b6uG-6" parent="1" style="text;html=1;whiteSpace=wrap;strokeColor=none;fillColor=none;align=center;verticalAlign=middle;rounded=0;" value="USERNAME" vertex="1">
          <mxGeometry height="30" width="60" x="330" y="130" as="geometry" />
        </mxCell>
        <mxCell id="rVws8swc6BEEtho7b6uG-7" parent="1" style="text;html=1;whiteSpace=wrap;strokeColor=none;fillColor=none;align=center;verticalAlign=middle;rounded=0;" value="ROLE" vertex="1">
          <mxGeometry height="30" width="60" x="328" y="150" as="geometry" />
        </mxCell>
        <mxCell id="rVws8swc6BEEtho7b6uG-8" parent="1" style="text;html=1;whiteSpace=wrap;strokeColor=none;fillColor=none;align=center;verticalAlign=middle;rounded=0;" value="PASSWORD" vertex="1">
          <mxGeometry height="30" width="60" x="326" y="170" as="geometry" />
        </mxCell>
        <mxCell id="rVws8swc6BEEtho7b6uG-9" edge="1" parent="1" style="endArrow=none;html=1;rounded=0;" value="">
          <mxGeometry height="50" relative="1" width="50" as="geometry">
            <mxPoint x="390" y="350" as="sourcePoint" />
            <mxPoint x="390" y="220" as="targetPoint" />
          </mxGeometry>
        </mxCell>
        <mxCell id="rVws8swc6BEEtho7b6uG-10" parent="1" style="text;html=1;whiteSpace=wrap;strokeColor=none;fillColor=none;align=center;verticalAlign=middle;rounded=0;" value="FK" vertex="1">
          <mxGeometry height="30" width="60" x="745" y="701" as="geometry" />
        </mxCell>
+         <mxCell id="4sxdm5QM3XDStGLZhVw9-1" parent="1" style="text;html=1;whiteSpace=wrap;strokeColor=none;fillColor=none;align=center;verticalAlign=middle;rounded=0;" value="1" vertex="1">
+           <mxGeometry height="30" width="60" x="195" y="350" as="geometry" />
+         </mxCell>
+         <mxCell id="4sxdm5QM3XDStGLZhVw9-2" parent="1" style="text;html=1;whiteSpace=wrap;strokeColor=none;fillColor=none;align=center;verticalAlign=middle;rounded=0;" value="M" vertex="1">
+           <mxGeometry height="30" width="60" x="150" y="460" as="geometry" />
+         </mxCell>
+         <mxCell id="4sxdm5QM3XDStGLZhVw9-3" parent="1" style="text;html=1;whiteSpace=wrap;strokeColor=none;fillColor=none;align=center;verticalAlign=middle;rounded=0;" value="1" vertex="1">
+           <mxGeometry height="30" width="60" x="343" y="220" as="geometry" />
+         </mxCell>
+         <mxCell id="4sxdm5QM3XDStGLZhVw9-4" parent="1" style="text;html=1;whiteSpace=wrap;strokeColor=none;fillColor=none;align=center;verticalAlign=middle;rounded=0;" value="1" vertex="1">
+           <mxGeometry height="30" width="60" x="340" y="323" as="geometry" />
+         </mxCell>
+         <mxCell id="4sxdm5QM3XDStGLZhVw9-5" parent="1" style="text;html=1;whiteSpace=wrap;strokeColor=none;fillColor=none;align=center;verticalAlign=middle;rounded=0;" value="M" vertex="1">
+           <mxGeometry height="30" width="60" x="760" y="360" as="geometry" />
+         </mxCell>
+         <mxCell id="4sxdm5QM3XDStGLZhVw9-6" parent="1" style="text;html=1;whiteSpace=wrap;strokeColor=none;fillColor=none;align=center;verticalAlign=middle;rounded=0;" value="1" vertex="1">
+           <mxGeometry height="30" width="60" x="55" y="605" as="geometry" />
+         </mxCell>
+         <mxCell id="4sxdm5QM3XDStGLZhVw9-8" parent="1" style="text;html=1;whiteSpace=wrap;strokeColor=none;fillColor=none;align=center;verticalAlign=middle;rounded=0;" value="M" vertex="1">
+           <mxGeometry height="30" width="60" x="60" y="860" as="geometry" />
+         </mxCell>
+         <mxCell id="4sxdm5QM3XDStGLZhVw9-9" parent="1" style="text;html=1;whiteSpace=wrap;strokeColor=none;fillColor=none;align=center;verticalAlign=middle;rounded=0;" value="M" vertex="1">
+           <mxGeometry height="30" width="60" x="600" y="750" as="geometry" />
+         </mxCell>
+         <mxCell id="4sxdm5QM3XDStGLZhVw9-10" parent="1" style="text;html=1;whiteSpace=wrap;strokeColor=none;fillColor=none;align=center;verticalAlign=middle;rounded=0;" value="M" vertex="1">
+           <mxGeometry height="30" width="60" x="240" y="890" as="geometry" />
+         </mxCell>
+         <mxCell id="4sxdm5QM3XDStGLZhVw9-11" parent="1" style="text;html=1;whiteSpace=wrap;strokeColor=none;fillColor=none;align=center;verticalAlign=middle;rounded=0;" value="1" vertex="1">
+           <mxGeometry height="30" width="60" x="429" y="890" as="geometry" />
+         </mxCell>
+         <mxCell id="4sxdm5QM3XDStGLZhVw9-12" parent="1" style="text;html=1;whiteSpace=wrap;strokeColor=none;fillColor=none;align=center;verticalAlign=middle;rounded=0;" value="1" vertex="1">
+           <mxGeometry height="30" width="60" x="615" y="920" as="geometry" />
+         </mxCell>
+         <mxCell id="4sxdm5QM3XDStGLZhVw9-13" parent="1" style="text;html=1;whiteSpace=wrap;strokeColor=none;fillColor=none;align=center;verticalAlign=middle;rounded=0;" value="1" vertex="1">
+           <mxGeometry height="30" width="60" x="440" y="680" as="geometry" />
+         </mxCell>
+         <mxCell id="4sxdm5QM3XDStGLZhVw9-14" parent="1" style="text;html=1;whiteSpace=wrap;strokeColor=none;fillColor=none;align=center;verticalAlign=middle;rounded=0;" value="M" vertex="1">
+           <mxGeometry height="30" width="60" x="585" y="690" as="geometry" />
+         </mxCell>
+         <mxCell id="4sxdm5QM3XDStGLZhVw9-15" parent="1" style="text;html=1;whiteSpace=wrap;strokeColor=none;fillColor=none;align=center;verticalAlign=middle;rounded=0;" value="1" vertex="1">
+           <mxGeometry height="30" width="60" x="455" y="460" as="geometry" />
+         </mxCell>
+         <mxCell id="4sxdm5QM3XDStGLZhVw9-16" parent="1" style="text;html=1;whiteSpace=wrap;strokeColor=none;fillColor=none;align=center;verticalAlign=middle;rounded=0;" value="M" vertex="1">
+           <mxGeometry height="30" width="60" x="450" y="630" as="geometry" />
+         </mxCell>
+         <mxCell id="4sxdm5QM3XDStGLZhVw9-17" parent="1" style="text;html=1;whiteSpace=wrap;strokeColor=none;fillColor=none;align=center;verticalAlign=middle;rounded=0;" value="1" vertex="1">
+           <mxGeometry height="30" width="60" x="755" y="600" as="geometry" />
+         </mxCell>
      </root>
    </mxGraphModel>
  </diagram>
</mxfile>
